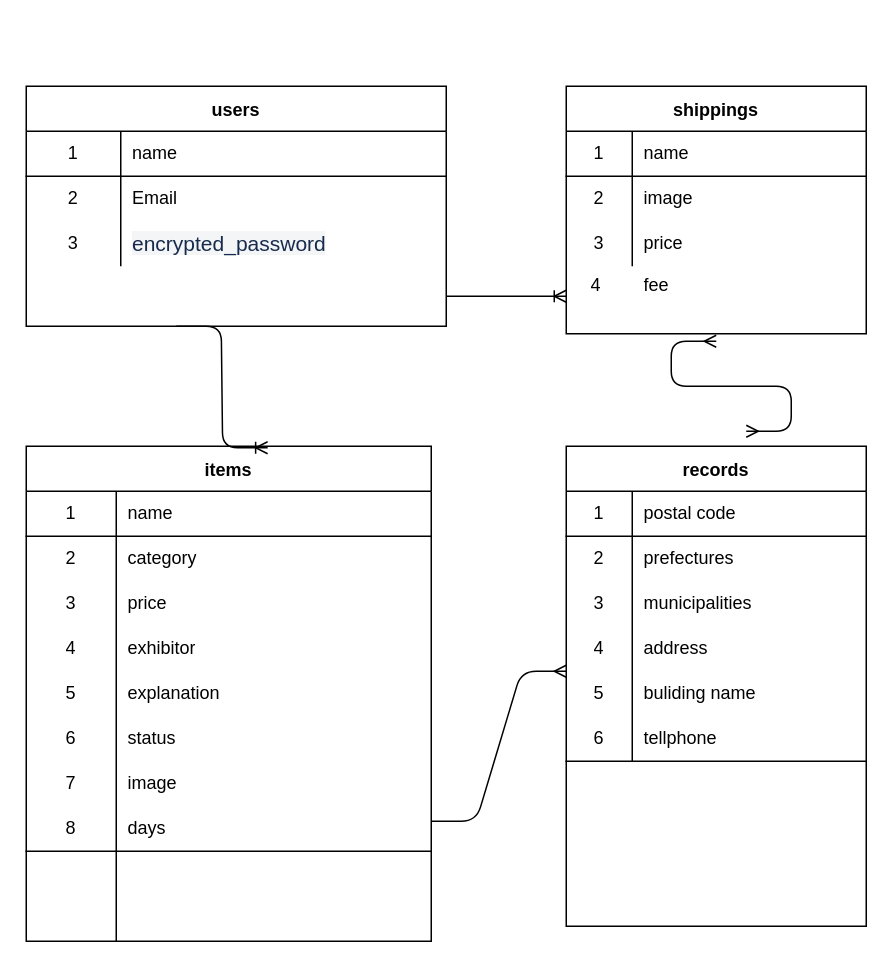
The draw.io diagram ER.dio in nakamura1995/furima-35781, before the edit. Source tidied: cells renumbered, new cells numbered last; positions are measured from the earlier drawing's top-left corner, leaving out a move shared by most shapes. Both pictures are drawn from the tidied source at 150%, with x=0, y=0 at pixel (26, 86).
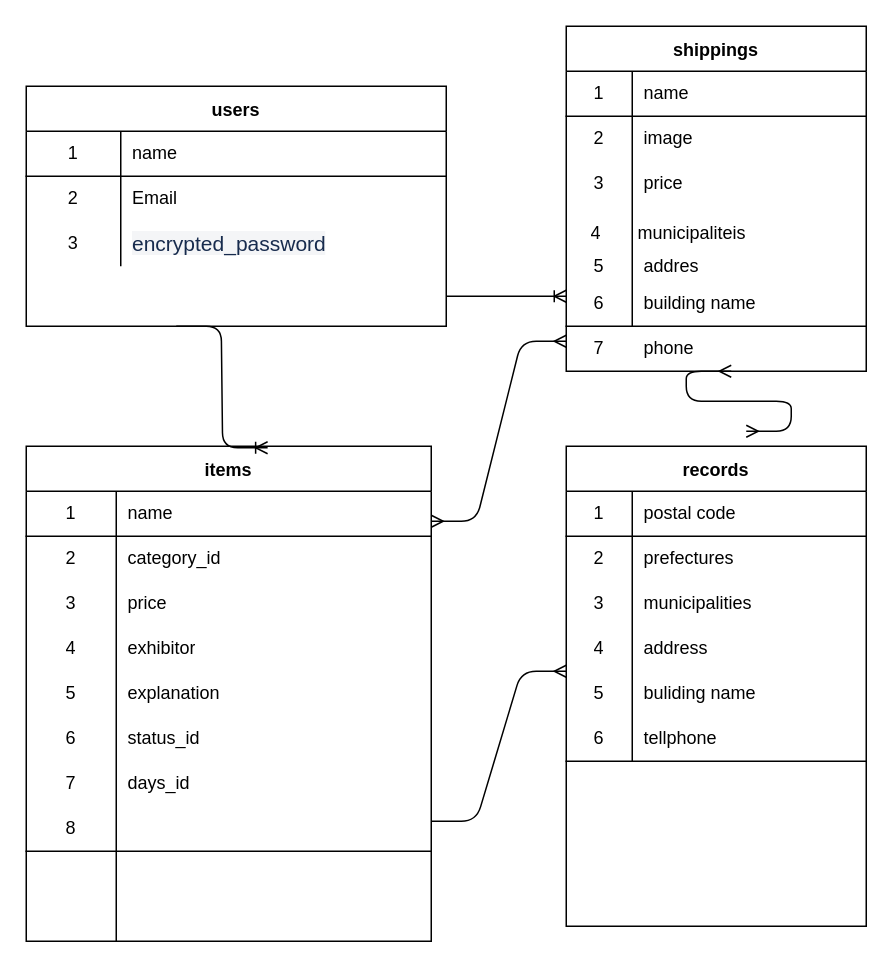
The same page after the edit.

Commit message (it also covers changes not shown here):
ER図、カラムなどの修正

Unchanged cells that the change refers to:
```xml
<mxCell id="17" style="shape=partialRectangle;html=1;whiteSpace=wrap;fillColor=none;top=0;left=0;bottom=0;right=0;" parent="13" vertex="1">
  <mxGeometry y="60" width="270" height="30" as="geometry" />
</mxCell>
<mxCell id="29" style="shape=partialRectangle;html=1;whiteSpace=wrap;fillColor=none;top=0;left=0;bottom=0;right=0;" parent="13" vertex="1">
  <mxGeometry y="180" width="270" height="30" as="geometry" />
</mxCell>
<mxCell id="32" style="shape=partialRectangle;html=1;whiteSpace=wrap;fillColor=none;top=0;left=0;bottom=0;right=0;" parent="13" vertex="1">
  <mxGeometry y="210" width="270" height="30" as="geometry" />
</mxCell>
<mxCell id="35" style="shape=partialRectangle;html=1;whiteSpace=wrap;fillColor=none;top=0;left=0;bottom=1;right=0;" parent="13" vertex="1">
  <mxGeometry y="240" width="270" height="30" as="geometry" />
</mxCell>
```

Diff of the diagram source:
```diff
@@
-    <mxCell id="19" value="category" style="shape=partialRectangle;html=1;whiteSpace=wrap;fillColor=none;top=0;left=0;bottom=0;right=0;align=left;spacingLeft=6;overflow=hidden;" parent="17" vertex="1">
+    <mxCell id="19" value="category_id" style="shape=partialRectangle;html=1;whiteSpace=wrap;fillColor=none;top=0;left=0;bottom=0;right=0;align=left;spacingLeft=6;overflow=hidden;" parent="17" vertex="1">
       <mxGeometry x="60" width="210" height="30" as="geometry" />
     </mxCell>
@@
-    <mxCell id="31" value="status" style="shape=partialRectangle;html=1;whiteSpace=wrap;fillColor=none;top=0;left=0;bottom=0;right=0;align=left;spacingLeft=6;overflow=hidden;" parent="29" vertex="1">
+    <mxCell id="31" value="status_id" style="shape=partialRectangle;html=1;whiteSpace=wrap;fillColor=none;top=0;left=0;bottom=0;right=0;align=left;spacingLeft=6;overflow=hidden;" parent="29" vertex="1">
       <mxGeometry x="60" width="210" height="30" as="geometry" />
     </mxCell>
@@
-    <mxCell id="34" value="image" style="shape=partialRectangle;html=1;whiteSpace=wrap;fillColor=none;top=0;left=0;bottom=0;right=0;align=left;spacingLeft=6;overflow=hidden;" parent="32" vertex="1">
+    <mxCell id="34" value="days_id" style="shape=partialRectangle;html=1;whiteSpace=wrap;fillColor=none;top=0;left=0;bottom=0;right=0;align=left;spacingLeft=6;overflow=hidden;" parent="32" vertex="1">
       <mxGeometry x="60" width="210" height="30" as="geometry" />
     </mxCell>
@@
-    <mxCell id="37" value="days" style="shape=partialRectangle;html=1;whiteSpace=wrap;fillColor=none;top=0;left=0;bottom=0;right=0;align=left;spacingLeft=6;overflow=hidden;" parent="35" vertex="1">
+    <mxCell id="37" style="shape=partialRectangle;html=1;whiteSpace=wrap;fillColor=none;top=0;left=0;bottom=0;right=0;align=left;spacingLeft=6;overflow=hidden;" parent="35" vertex="1">
       <mxGeometry x="60" width="210" height="30" as="geometry" />
     </mxCell>
@@
     <mxCell id="44" value="shippings" style="shape=table;startSize=30;childLayout=tableLayout;rowLines=0;fontStyle=1;align=center;" parent="1" vertex="1">
-      <mxGeometry x="360" width="200" height="165" as="geometry" />
+      <mxGeometry x="360" y="-40" width="200" height="230" as="geometry" />
     </mxCell>
@@
+    <mxCell id="79" style="shape=partialRectangle;html=1;whiteSpace=wrap;fillColor=none;top=0;left=0;bottom=0;right=0;" parent="44" vertex="1">
+      <mxGeometry y="120" width="200" height="30" as="geometry" />
+    </mxCell>
+    <mxCell id="80" style="shape=partialRectangle;html=1;whiteSpace=wrap;fillColor=none;top=0;left=0;bottom=0;right=0;overflow=hidden;" parent="79" vertex="1">
+      <mxGeometry width="44" height="30" as="geometry" />
+    </mxCell>
+    <mxCell id="81" style="shape=partialRectangle;html=1;whiteSpace=wrap;fillColor=none;top=0;left=0;bottom=0;right=0;align=left;spacingLeft=6;overflow=hidden;" parent="79" vertex="1">
+      <mxGeometry x="44" width="156" height="30" as="geometry" />
+    </mxCell>
+    <mxCell id="82" style="shape=partialRectangle;html=1;whiteSpace=wrap;fillColor=none;top=0;left=0;bottom=0;right=0;" parent="44" vertex="1">
+      <mxGeometry y="150" width="200" height="20" as="geometry" />
+    </mxCell>
+    <mxCell id="83" value="5" style="shape=partialRectangle;html=1;whiteSpace=wrap;fillColor=none;top=0;left=0;bottom=0;right=0;overflow=hidden;" parent="82" vertex="1">
+      <mxGeometry width="44" height="20" as="geometry" />
+    </mxCell>
+    <mxCell id="84" value="addres" style="shape=partialRectangle;html=1;whiteSpace=wrap;fillColor=none;top=0;left=0;bottom=0;right=0;align=left;spacingLeft=6;overflow=hidden;" parent="82" vertex="1">
+      <mxGeometry x="44" width="156" height="20" as="geometry" />
+    </mxCell>
+    <mxCell id="85" style="shape=partialRectangle;html=1;whiteSpace=wrap;fillColor=none;top=0;left=0;bottom=1;right=0;" parent="44" vertex="1">
+      <mxGeometry y="170" width="200" height="30" as="geometry" />
+    </mxCell>
+    <mxCell id="86" value="6" style="shape=partialRectangle;html=1;whiteSpace=wrap;fillColor=none;top=0;left=0;bottom=0;right=0;overflow=hidden;" parent="85" vertex="1">
+      <mxGeometry width="44" height="30" as="geometry" />
+    </mxCell>
+    <mxCell id="87" value="building name" style="shape=partialRectangle;html=1;whiteSpace=wrap;fillColor=none;top=0;left=0;bottom=0;right=0;align=left;spacingLeft=6;overflow=hidden;" parent="85" vertex="1">
+      <mxGeometry x="44" width="156" height="30" as="geometry" />
+    </mxCell>
     <mxCell id="54" value="4" style="shape=partialRectangle;html=1;whiteSpace=wrap;fillColor=none;top=0;left=0;bottom=0;right=0;overflow=hidden;" parent="1" vertex="1">
-      <mxGeometry x="360" y="95" width="40" height="75" as="geometry" />
+      <mxGeometry x="360" y="67.5" width="40" height="60" as="geometry" />
     </mxCell>
@@
-    <mxCell id="74" value="fee" style="shape=partialRectangle;html=1;whiteSpace=wrap;fillColor=none;top=0;left=0;bottom=0;right=0;align=left;spacingLeft=6;overflow=hidden;" parent="1" vertex="1">
-      <mxGeometry x="404" y="117.5" width="156" height="30" as="geometry" />
-    </mxCell>
@@
     <mxCell id="78" style="edgeStyle=entityRelationEdgeStyle;fontSize=12;html=1;endArrow=ERmany;startArrow=ERmany;" parent="1" edge="1">
       <mxGeometry relative="1" as="geometry">
         <mxPoint x="480" y="230" as="sourcePoint" />
-        <mxPoint x="460" y="170" as="targetPoint" />
+        <mxPoint x="470" y="190" as="targetPoint" />
       </mxGeometry>
     </mxCell>
+    <mxCell id="88" value="municipaliteis" style="shape=partialRectangle;html=1;whiteSpace=wrap;fillColor=none;top=0;left=0;bottom=0;right=0;align=left;spacingLeft=6;overflow=hidden;" parent="1" vertex="1">
+      <mxGeometry x="400" y="82.5" width="156" height="30" as="geometry" />
+    </mxCell>
+    <mxCell id="89" value="7" style="shape=partialRectangle;html=1;whiteSpace=wrap;fillColor=none;top=0;left=0;bottom=0;right=0;overflow=hidden;" parent="1" vertex="1">
+      <mxGeometry x="360" y="160" width="44" height="30" as="geometry" />
+    </mxCell>
+    <mxCell id="90" value="phone" style="shape=partialRectangle;html=1;whiteSpace=wrap;fillColor=none;top=0;left=0;bottom=0;right=0;align=left;spacingLeft=6;overflow=hidden;" parent="1" vertex="1">
+      <mxGeometry x="404" y="160" width="156" height="30" as="geometry" />
+    </mxCell>
+    <mxCell id="91" style="edgeStyle=entityRelationEdgeStyle;fontSize=12;html=1;endArrow=ERmany;startArrow=ERmany;" parent="1" edge="1">
+      <mxGeometry relative="1" as="geometry">
+        <mxPoint x="270" y="290" as="sourcePoint" />
+        <mxPoint x="360" y="170" as="targetPoint" />
+      </mxGeometry>
+    </mxCell>
```
